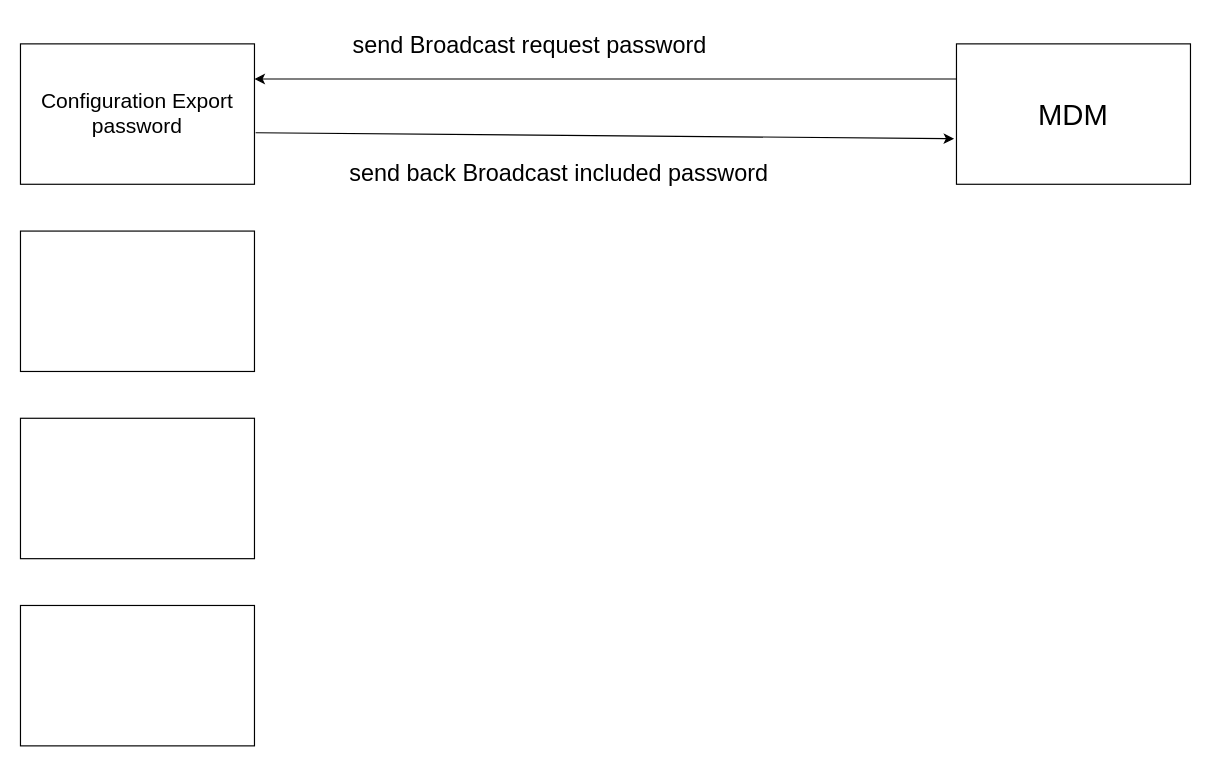
Earlier version of the draw.io diagram 未命名mdm.drawio (yuchinchenTW/IDT_-forgreengrassv2_log). Source tidied: cells renumbered, new cells numbered last; positions are measured from the earlier drawing's top-left corner, leaving out a move shared by most shapes. Both pictures are drawn from the tidied source at 117%, with x=0, y=0 at pixel (20, 20).
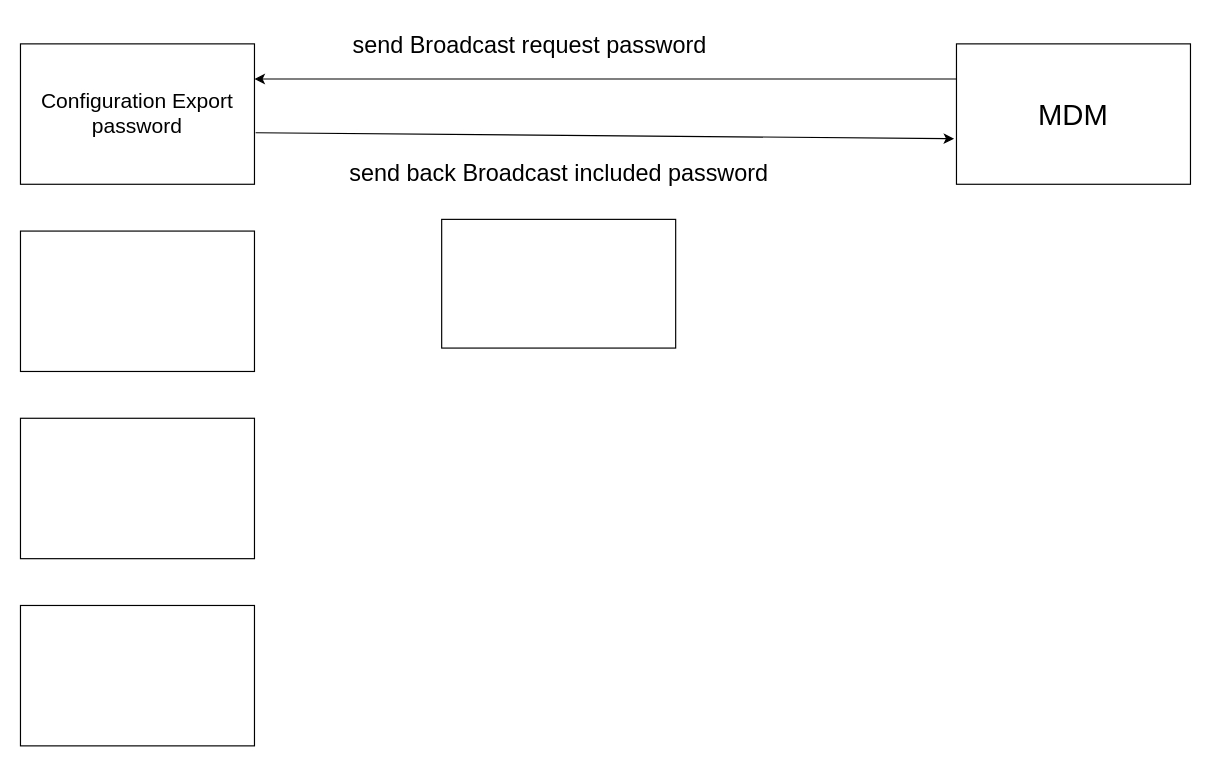
Above is the later version.

Commit message (it also covers changes not shown here):
更新未命名mdm.drawio

What changed in the source:
```diff
@@
 <mxGraphModel>
   <root>
     <mxCell id="0" />
     <mxCell id="1" parent="0" />
     <mxCell id="2" value="&lt;font style=&quot;font-size: 18px;&quot;&gt;Configuration Export password&lt;/font&gt;" style="rounded=0;whiteSpace=wrap;html=1;" parent="1" vertex="1">
       <mxGeometry y="20" width="200" height="120" as="geometry" />
     </mxCell>
     <mxCell id="3" style="rounded=0;whiteSpace=wrap;html=1;" parent="1" vertex="1">
       <mxGeometry y="180" width="200" height="120" as="geometry" />
     </mxCell>
     <mxCell id="4" style="rounded=0;whiteSpace=wrap;html=1;" parent="1" vertex="1">
       <mxGeometry y="340" width="200" height="120" as="geometry" />
     </mxCell>
     <mxCell id="5" style="rounded=0;whiteSpace=wrap;html=1;" parent="1" vertex="1">
       <mxGeometry y="500" width="200" height="120" as="geometry" />
     </mxCell>
     <mxCell id="6" value="&lt;font style=&quot;font-size: 25px;&quot;&gt;MDM&lt;/font&gt;" style="rounded=0;whiteSpace=wrap;html=1;" parent="1" vertex="1">
       <mxGeometry x="800" y="20" width="200" height="120" as="geometry" />
     </mxCell>
     <mxCell id="7" style="endArrow=classic;html=1;rounded=0;exitX=0;exitY=0.25;exitDx=0;exitDy=0;entryX=1;entryY=0.25;entryDx=0;entryDy=0;" parent="1" edge="1" source="6" target="2">
       <mxGeometry relative="1" as="geometry" />
     </mxCell>
     <mxCell id="8" style="endArrow=classic;html=1;rounded=0;exitX=1.005;exitY=0.633;exitDx=0;exitDy=0;exitPerimeter=0;entryX=-0.01;entryY=0.675;entryDx=0;entryDy=0;entryPerimeter=0;" parent="1" edge="1" source="2" target="6">
       <mxGeometry relative="1" as="geometry" />
     </mxCell>
     <mxCell id="9" value="&lt;font style=&quot;font-size: 20px;&quot;&gt;send Broadcast request password&lt;/font&gt;" style="text;html=1;align=center;verticalAlign=middle;strokeColor=none;fillColor=none;" parent="1" vertex="1">
       <mxGeometry x="270" width="330" height="40" as="geometry" />
     </mxCell>
     <mxCell id="10" value="&lt;font style=&quot;font-size: 20px;&quot;&gt;send back Broadcast included password&lt;/font&gt;" style="text;html=1;align=center;verticalAlign=middle;strokeColor=none;fillColor=none;" parent="1" vertex="1">
       <mxGeometry x="270" y="110" width="380" height="40" as="geometry" />
     </mxCell>
+    <mxCell id="11" style="rounded=0;whiteSpace=wrap;html=1;" parent="1" vertex="1">
+      <mxGeometry x="360" y="170" width="200" height="110" as="geometry" />
+    </mxCell>
   </root>
 </mxGraphModel>
```
